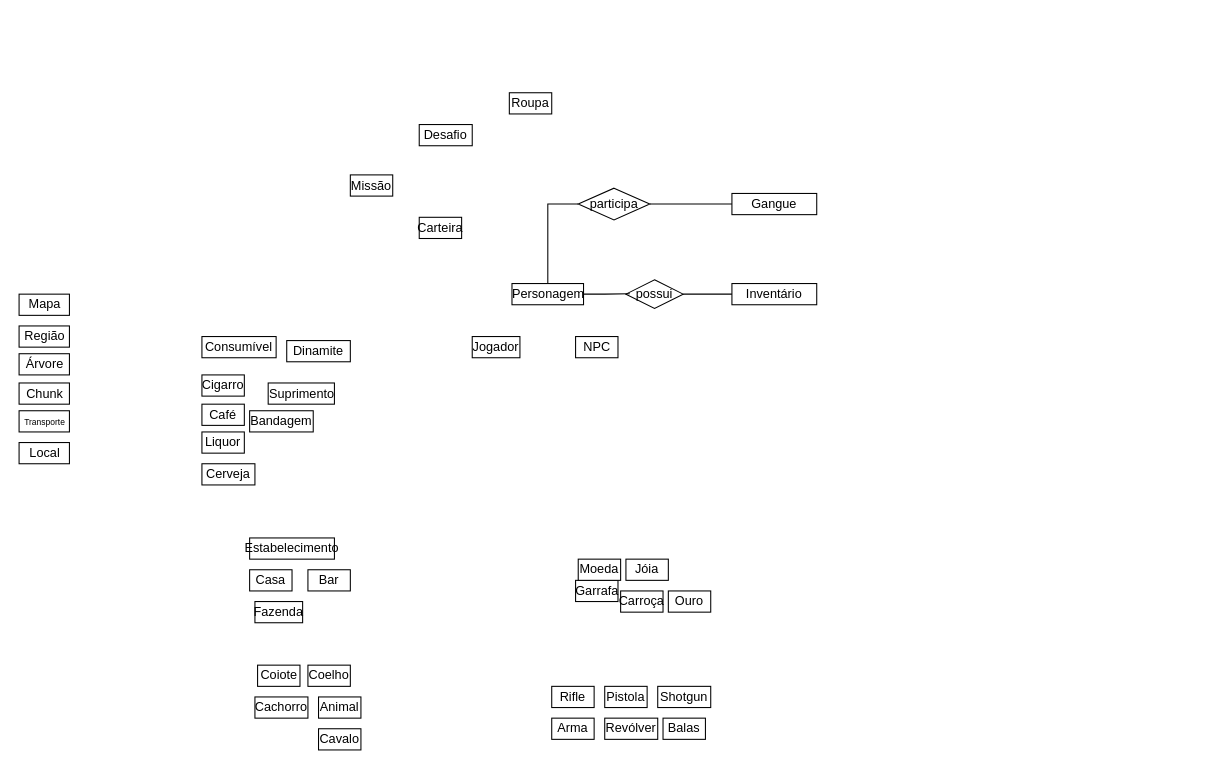
This is assets/img/Untitled Diagram.drawio from SBD1/2024.1-Red_Dead_Redemption2, a draw.io file, before an edit. Source tidied: cells renumbered, new cells numbered last; positions are measured from the earlier drawing's top-left corner, leaving out a move shared by most shapes. Both pictures are drawn from the tidied source at 106%, with x=0, y=0 at pixel (19, 92).
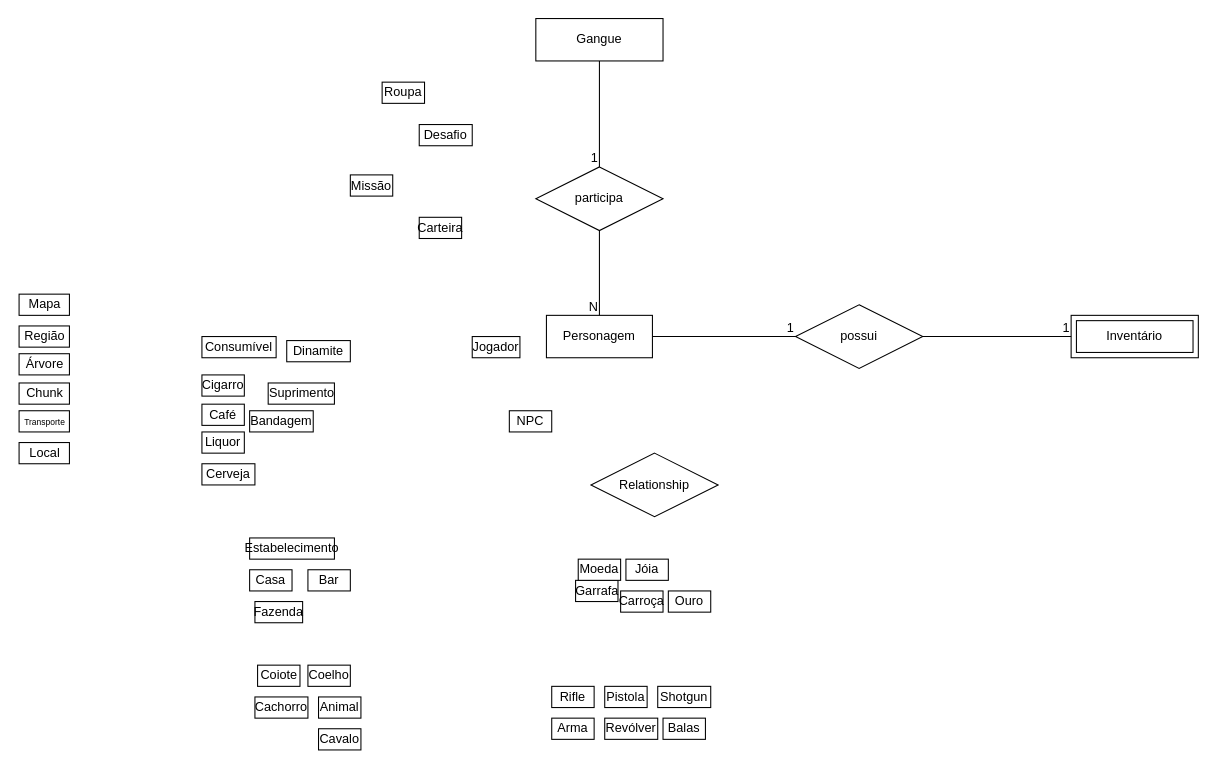
The same diagram, later.

The edit, as a diff of the source:
```diff
@@
-    <mxCell id="2" style="edgeStyle=orthogonalEdgeStyle;rounded=0;jettySize=auto;html=1;entryX=0;entryY=0.5;entryDx=0;entryDy=0;endArrow=none;endFill=0;" parent="1" edge="1" source="3" target="44">
-      <mxGeometry relative="1" as="geometry" />
-    </mxCell>
-    <mxCell id="3" value="Personagem" style="whiteSpace=wrap;html=1;" parent="1" vertex="1">
-      <mxGeometry x="464.5" y="180" width="67.5" height="20" as="geometry" />
-    </mxCell>
@@
+    <mxCell id="14" value="Cachorro" style="whiteSpace=wrap;html=1;" parent="1" vertex="1">
+      <mxGeometry x="222" y="570" width="50" height="20" as="geometry" />
+    </mxCell>
+    <mxCell id="37" value="Bar" style="whiteSpace=wrap;html=1;" parent="1" vertex="1">
+      <mxGeometry x="272" y="450" width="40" height="20" as="geometry" />
+    </mxCell>
@@
-    <mxCell id="14" value="Cachorro" style="whiteSpace=wrap;html=1;" parent="1" vertex="1">
-      <mxGeometry x="222" y="570" width="50" height="20" as="geometry" />
-    </mxCell>
@@
     <mxCell id="17" value="NPC" style="whiteSpace=wrap;html=1;" parent="1" vertex="1">
-      <mxGeometry x="524.5" y="230" width="40" height="20" as="geometry" />
+      <mxGeometry x="462" y="300" width="40" height="20" as="geometry" />
     </mxCell>
@@
-    <mxCell id="21" value="Gangue" style="whiteSpace=wrap;html=1;" parent="1" vertex="1">
-      <mxGeometry x="672" y="95" width="80" height="20" as="geometry" />
-    </mxCell>
@@
-    <mxCell id="31" value="Inventário" style="whiteSpace=wrap;html=1;" parent="1" vertex="1">
-      <mxGeometry x="672" y="180" width="80" height="20" as="geometry" />
-    </mxCell>
@@
     <mxCell id="34" value="Roupa" style="whiteSpace=wrap;html=1;" parent="1" vertex="1">
-      <mxGeometry x="462" width="40" height="20" as="geometry" />
+      <mxGeometry x="342" y="-10" width="40" height="20" as="geometry" />
     </mxCell>
@@
-    <mxCell id="37" value="Bar" style="whiteSpace=wrap;html=1;" parent="1" vertex="1">
-      <mxGeometry x="272" y="450" width="40" height="20" as="geometry" />
-    </mxCell>
@@
-    <mxCell id="40" style="edgeStyle=orthogonalEdgeStyle;rounded=0;jettySize=auto;html=1;exitX=1;exitY=0.5;exitDx=0;exitDy=0;entryX=0;entryY=0.5;entryDx=0;entryDy=0;endArrow=none;endFill=0;" parent="1" edge="1" source="41" target="31">
-      <mxGeometry relative="1" as="geometry" />
-    </mxCell>
+    <mxCell id="51" value="Relationship" style="shape=rhombus;perimeter=rhombusPerimeter;whiteSpace=wrap;html=1;align=center;" parent="1" vertex="1">
+      <mxGeometry x="539" y="340" width="120" height="60" as="geometry" />
+    </mxCell>
+    <mxCell id="31" value="Inventário" style="shape=ext;margin=3;double=1;whiteSpace=wrap;html=1;align=center;" parent="1" vertex="1">
+      <mxGeometry x="992" y="210" width="120" height="40" as="geometry" />
+    </mxCell>
+    <mxCell id="3" value="Personagem" style="whiteSpace=wrap;html=1;align=center;" parent="1" vertex="1">
+      <mxGeometry x="497" y="210" width="100" height="40" as="geometry" />
+    </mxCell>
-    <mxCell id="41" value="possui" style="rhombus;whiteSpace=wrap;html=1;" parent="1" vertex="1">
-      <mxGeometry x="572" y="176.5" width="54" height="27" as="geometry" />
+    <mxCell id="41" value="possui" style="shape=rhombus;perimeter=rhombusPerimeter;whiteSpace=wrap;html=1;align=center;" parent="1" vertex="1">
+      <mxGeometry x="732" y="200" width="120" height="60" as="geometry" />
     </mxCell>
-    <mxCell id="42" style="edgeStyle=orthogonalEdgeStyle;rounded=0;jettySize=auto;html=1;exitX=1;exitY=0.5;exitDx=0;exitDy=0;entryX=0.067;entryY=0.489;entryDx=0;entryDy=0;entryPerimeter=0;endArrow=none;endFill=0;" parent="1" edge="1" source="3" target="41">
+    <mxCell id="42" style="endArrow=none;html=1;rounded=0;exitX=1;exitY=0.5;exitDx=0;exitDy=0;entryX=0;entryY=0.5;entryDx=0;entryDy=0;" parent="1" edge="1" source="3" target="41">
       <mxGeometry relative="1" as="geometry" />
     </mxCell>
-    <mxCell id="43" style="edgeStyle=orthogonalEdgeStyle;rounded=0;jettySize=auto;html=1;endArrow=none;endFill=0;" parent="1" edge="1" source="44" target="21">
-      <mxGeometry relative="1" as="geometry" />
-    </mxCell>
-    <mxCell id="44" value="participa" style="rhombus;whiteSpace=wrap;html=1;" parent="1" vertex="1">
-      <mxGeometry x="527" y="90" width="67.5" height="30" as="geometry" />
-    </mxCell>
+    <mxCell id="52" value="1" style="html=1;whiteSpace=wrap;align=right;verticalAlign=bottom;" parent="42" vertex="1">
+      <mxGeometry x="1" relative="1" as="geometry" />
+    </mxCell>
+    <mxCell id="40" style="endArrow=none;html=1;rounded=0;exitX=1;exitY=0.5;exitDx=0;exitDy=0;entryX=0;entryY=0.5;entryDx=0;entryDy=0;" parent="1" edge="1" source="41" target="31">
+      <mxGeometry relative="1" as="geometry" />
+    </mxCell>
+    <mxCell id="53" value="1" style="html=1;whiteSpace=wrap;align=right;verticalAlign=bottom;" parent="40" vertex="1">
+      <mxGeometry x="1" relative="1" as="geometry" />
+    </mxCell>
@@
+    <mxCell id="21" value="Gangue" style="whiteSpace=wrap;html=1;align=center;" parent="1" vertex="1">
+      <mxGeometry x="487" y="-70" width="120" height="40" as="geometry" />
+    </mxCell>
+    <mxCell id="44" value="participa" style="shape=rhombus;perimeter=rhombusPerimeter;whiteSpace=wrap;html=1;align=center;" parent="1" vertex="1">
+      <mxGeometry x="487" y="70" width="120" height="60" as="geometry" />
+    </mxCell>
+    <mxCell id="54" style="endArrow=none;html=1;rounded=0;exitX=0.5;exitY=1;exitDx=0;exitDy=0;entryX=0.5;entryY=0;entryDx=0;entryDy=0;" parent="1" edge="1" source="44" target="3">
+      <mxGeometry relative="1" as="geometry" />
+    </mxCell>
+    <mxCell id="55" value="N" style="html=1;whiteSpace=wrap;align=right;verticalAlign=bottom;" parent="54" vertex="1">
+      <mxGeometry x="1" relative="1" as="geometry" />
+    </mxCell>
+    <mxCell id="56" style="endArrow=none;html=1;rounded=0;exitX=0.5;exitY=1;exitDx=0;exitDy=0;entryX=0.5;entryY=0;entryDx=0;entryDy=0;" parent="1" edge="1" source="21" target="44">
+      <mxGeometry relative="1" as="geometry" />
+    </mxCell>
+    <mxCell id="57" value="1" style="html=1;whiteSpace=wrap;align=right;verticalAlign=bottom;" parent="56" vertex="1">
+      <mxGeometry x="1" relative="1" as="geometry" />
+    </mxCell>
```
